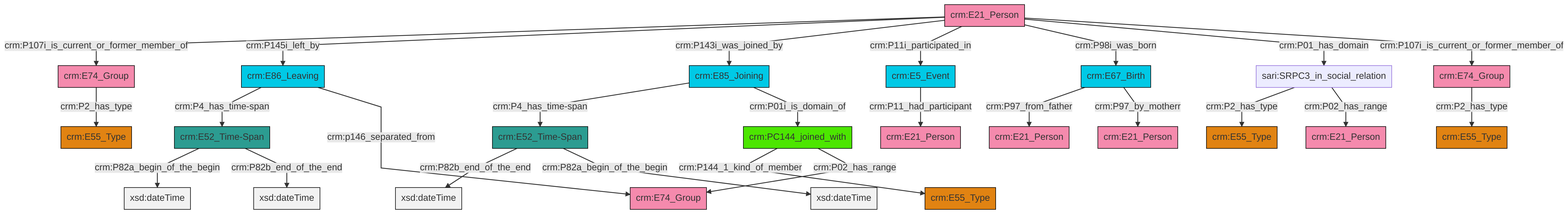
Above: et/personCSV/ttl/mmd/png/Person_Actor_Relations.png in ncarboni/srdm (Mermaid), before the change. Its source is kept beside it as et/personCSV/ttl/mmd/Person_Actor_Relations.ttl.mmd.
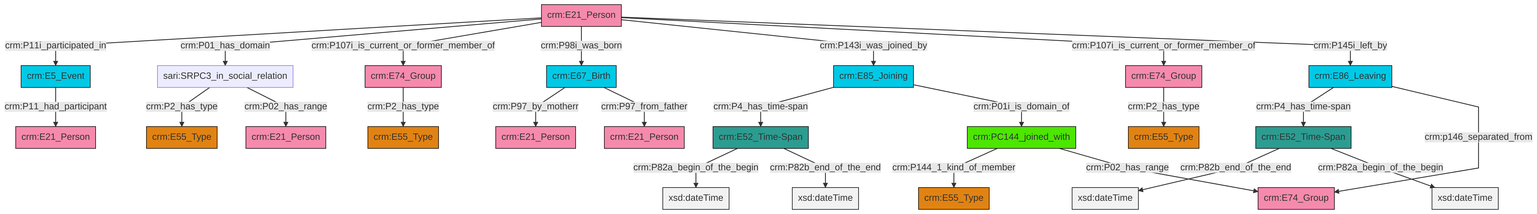
Above is the later version.

Diff of the diagram source:
```diff
@@ -13,27 +13,27 @@
 classDef PC_Classes fill:#4ce600, stroke:#000000;
 classDef Multi fill:#cccccc,stroke:#000000;
 
-4["sari:SRPC3_in_social_relation"]:::Default -->|crm:P2_has_type| 5["crm:E55_Type"]:::Type
-8["crm:PC144_joined_with"]:::PC_Classes -->|crm:P144_1_kind_of_member| 6["crm:E55_Type"]:::Type
-0["crm:E85_Joining"]:::Temporal_Entity -->|crm:P4_has_time-span| 9["crm:E52_Time-Span"]:::Time-Span
-12["crm:E74_Group"]:::Actor -->|crm:P2_has_type| 10["crm:E55_Type"]:::Type
-13["crm:E52_Time-Span"]:::Time-Span -->|crm:P82a_begin_of_the_begin| 14[xsd:dateTime]:::Literal
-15["crm:E86_Leaving"]:::Temporal_Entity -->|crm:P4_has_time-span| 13["crm:E52_Time-Span"]:::Time-Span
-22["crm:E67_Birth"]:::Temporal_Entity -->|crm:P97_from_father| 23["crm:E21_Person"]:::Actor
-2["crm:E21_Person"]:::Actor -->|crm:P107i_is_current_or_former_member_of| 12["crm:E74_Group"]:::Actor
-19["crm:E74_Group"]:::Actor -->|crm:P2_has_type| 30["crm:E55_Type"]:::Type
-8["crm:PC144_joined_with"]:::PC_Classes -->|crm:P02_has_range| 33["crm:E74_Group"]:::Actor
-36["crm:E5_Event"]:::Temporal_Entity -->|crm:P11_had_participant| 34["crm:E21_Person"]:::Actor
-2["crm:E21_Person"]:::Actor -->|crm:P145i_left_by| 15["crm:E86_Leaving"]:::Temporal_Entity
-2["crm:E21_Person"]:::Actor -->|crm:P143i_was_joined_by| 0["crm:E85_Joining"]:::Temporal_Entity
-2["crm:E21_Person"]:::Actor -->|crm:P11i_participated_in| 36["crm:E5_Event"]:::Temporal_Entity
-4["sari:SRPC3_in_social_relation"]:::Default -->|crm:P02_has_range| 16["crm:E21_Person"]:::Actor
-9["crm:E52_Time-Span"]:::Time-Span -->|crm:P82b_end_of_the_end| 40[xsd:dateTime]:::Literal
-9["crm:E52_Time-Span"]:::Time-Span -->|crm:P82a_begin_of_the_begin| 42[xsd:dateTime]:::Literal
-2["crm:E21_Person"]:::Actor -->|crm:P98i_was_born| 22["crm:E67_Birth"]:::Temporal_Entity
-2["crm:E21_Person"]:::Actor -->|crm:P01_has_domain| 4["sari:SRPC3_in_social_relation"]:::Default
-0["crm:E85_Joining"]:::Temporal_Entity -->|crm:P01i_is_domain_of| 8["crm:PC144_joined_with"]:::PC_Classes
-15["crm:E86_Leaving"]:::Temporal_Entity -->|crm:p146_separated_from| 33["crm:E74_Group"]:::Actor
-2["crm:E21_Person"]:::Actor -->|crm:P107i_is_current_or_former_member_of| 19["crm:E74_Group"]:::Actor
-13["crm:E52_Time-Span"]:::Time-Span -->|crm:P82b_end_of_the_end| 44[xsd:dateTime]:::Literal
-22["crm:E67_Birth"]:::Temporal_Entity -->|crm:P97_by_motherr| 25["crm:E21_Person"]:::Actor
+0["crm:E21_Person"]:::Actor -->|crm:P11i_participated_in| 1["crm:E5_Event"]:::Temporal_Entity
+2["crm:E52_Time-Span"]:::Time-Span -->|crm:P82b_end_of_the_end| 6[xsd:dateTime]:::Literal
+7["crm:E74_Group"]:::Actor -->|crm:P2_has_type| 8["crm:E55_Type"]:::Type
+2["crm:E52_Time-Span"]:::Time-Span -->|crm:P82a_begin_of_the_begin| 11[xsd:dateTime]:::Literal
+14["crm:E74_Group"]:::Actor -->|crm:P2_has_type| 15["crm:E55_Type"]:::Type
+0["crm:E21_Person"]:::Actor -->|crm:P01_has_domain| 16["sari:SRPC3_in_social_relation"]:::Default
+21["crm:PC144_joined_with"]:::PC_Classes -->|crm:P144_1_kind_of_member| 22["crm:E55_Type"]:::Type
+24["crm:E52_Time-Span"]:::Time-Span -->|crm:P82a_begin_of_the_begin| 25[xsd:dateTime]:::Literal
+0["crm:E21_Person"]:::Actor -->|crm:P107i_is_current_or_former_member_of| 7["crm:E74_Group"]:::Actor
+1["crm:E5_Event"]:::Temporal_Entity -->|crm:P11_had_participant| 32["crm:E21_Person"]:::Actor
+16["sari:SRPC3_in_social_relation"]:::Default -->|crm:P2_has_type| 33["crm:E55_Type"]:::Type
+0["crm:E21_Person"]:::Actor -->|crm:P98i_was_born| 30["crm:E67_Birth"]:::Temporal_Entity
+0["crm:E21_Person"]:::Actor -->|crm:P143i_was_joined_by| 18["crm:E85_Joining"]:::Temporal_Entity
+18["crm:E85_Joining"]:::Temporal_Entity -->|crm:P4_has_time-span| 24["crm:E52_Time-Span"]:::Time-Span
+18["crm:E85_Joining"]:::Temporal_Entity -->|crm:P01i_is_domain_of| 21["crm:PC144_joined_with"]:::PC_Classes
+0["crm:E21_Person"]:::Actor -->|crm:P107i_is_current_or_former_member_of| 14["crm:E74_Group"]:::Actor
+16["sari:SRPC3_in_social_relation"]:::Default -->|crm:P02_has_range| 36["crm:E21_Person"]:::Actor
+0["crm:E21_Person"]:::Actor -->|crm:P145i_left_by| 4["crm:E86_Leaving"]:::Temporal_Entity
+30["crm:E67_Birth"]:::Temporal_Entity -->|crm:P97_by_motherr| 12["crm:E21_Person"]:::Actor
+21["crm:PC144_joined_with"]:::PC_Classes -->|crm:P02_has_range| 34["crm:E74_Group"]:::Actor
+4["crm:E86_Leaving"]:::Temporal_Entity -->|crm:P4_has_time-span| 2["crm:E52_Time-Span"]:::Time-Span
+30["crm:E67_Birth"]:::Temporal_Entity -->|crm:P97_from_father| 9["crm:E21_Person"]:::Actor
+4["crm:E86_Leaving"]:::Temporal_Entity -->|crm:p146_separated_from| 34["crm:E74_Group"]:::Actor
+24["crm:E52_Time-Span"]:::Time-Span -->|crm:P82b_end_of_the_end| 44[xsd:dateTime]:::Literal
```
